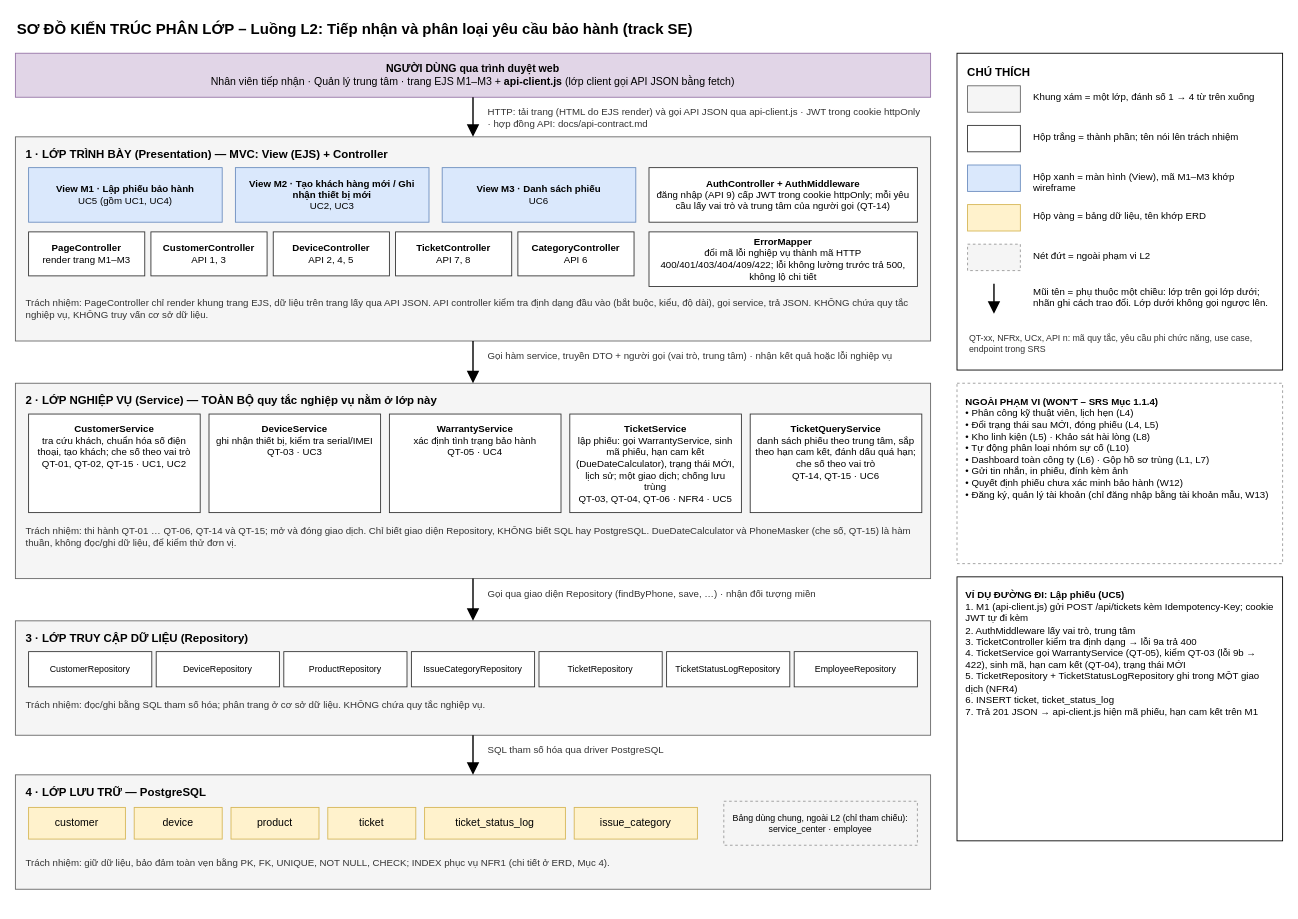
This is docs/architecture.drawio from vietphubdp/cdtn1-vophamvietphu-2, a draw.io file, before an edit. Source tidied: cells renumbered, new cells numbered last; positions are measured from the earlier drawing's top-left corner, leaving out a move shared by most shapes. Both pictures are drawn from the tidied source at 88%, with x=0, y=0 at pixel (15, 15).
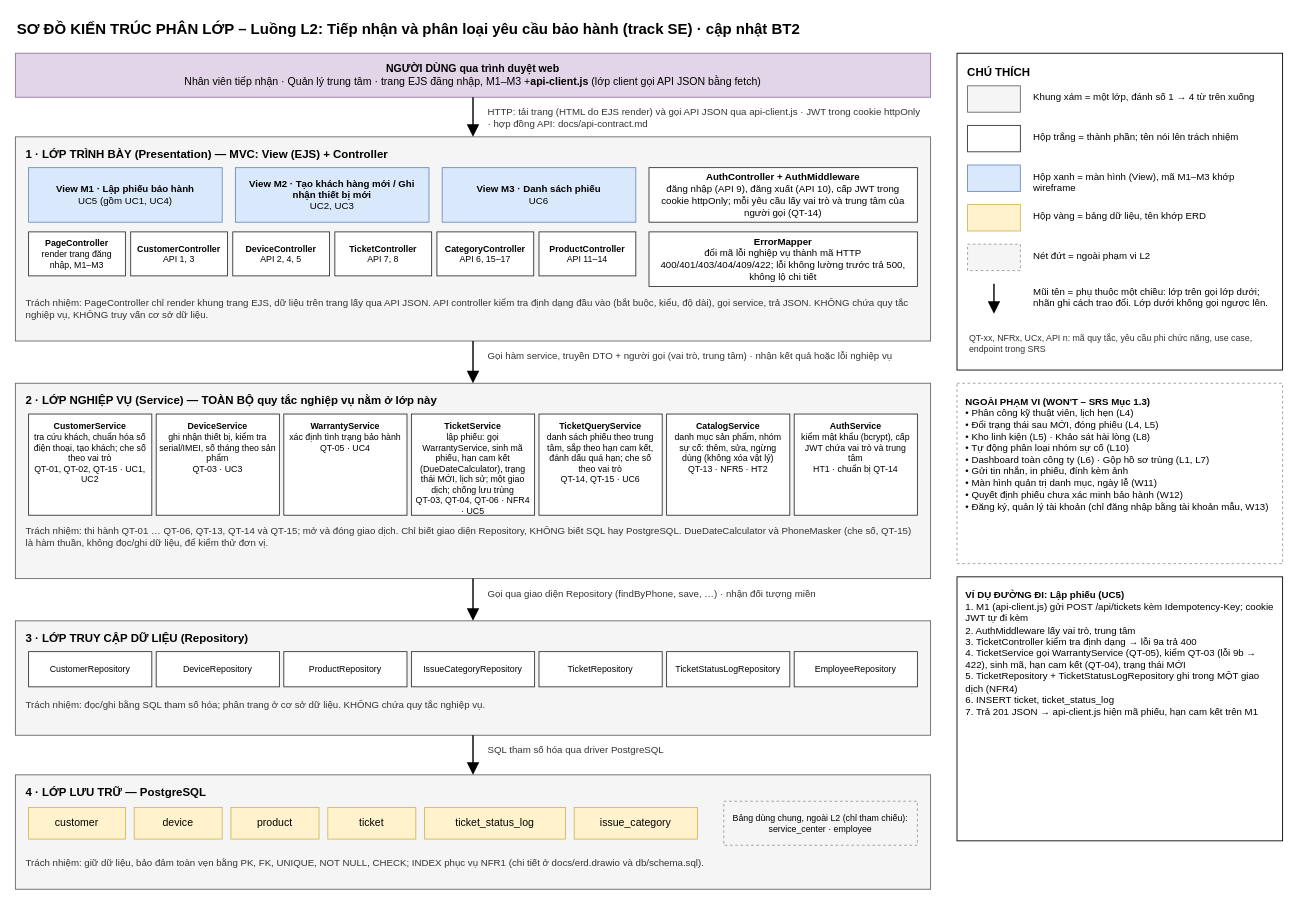
After the change.

Commit message (it also covers changes not shown here):
docs(design): cập nhật kiến trúc, wireframe

Diff of the diagram source:
```diff
@@
-    <mxCell id="2" value="&lt;b&gt;SƠ ĐỒ KIẾN TRÚC PHÂN LỚP – Luồng L2: Tiếp nhận và phân loại yêu cầu bảo hành (track SE)&lt;/b&gt;" style="text;whiteSpace=wrap;html=1;fontSize=17;fontFamily=Helvetica;fontColor=#000000;align=left;verticalAlign=top;spacing=2;strokeWidth=1;fillColor=none;strokeColor=none;" parent="1" vertex="1">
+    <mxCell id="2" value="&lt;b&gt;SƠ ĐỒ KIẾN TRÚC PHÂN LỚP – Luồng L2: Tiếp nhận và phân loại yêu cầu bảo hành (track SE) · cập nhật BT2&lt;/b&gt;" style="text;whiteSpace=wrap;html=1;fontSize=17;fontFamily=Helvetica;fontColor=#000000;align=left;verticalAlign=top;spacing=2;strokeWidth=1;fillColor=none;strokeColor=none;" parent="1" vertex="1">
       <mxGeometry width="1440" height="30" as="geometry" />
     </mxCell>
-    <mxCell id="3" value="&lt;b&gt;NGƯỜI DÙNG qua trình duyệt web&lt;/b&gt;&lt;br&gt;Nhân viên tiếp nhận · Quản lý trung tâm · trang EJS M1–M3 + &lt;b&gt;api-client.js&lt;/b&gt; (lớp client gọi API JSON bằng fetch)" style="whiteSpace=wrap;html=1;fontSize=12;fontFamily=Helvetica;fontColor=#000000;align=center;verticalAlign=middle;spacing=6;strokeWidth=1;fillColor=#e1d5e7;strokeColor=#9673a6;" parent="1" vertex="1">
+    <mxCell id="3" value="&lt;b&gt;NGƯỜI DÙNG qua trình duyệt web&lt;/b&gt;&lt;br&gt;Nhân viên tiếp nhận · Quản lý trung tâm · trang EJS đăng nhập, M1–M3 +&lt;b&gt;api-client.js&lt;/b&gt; (lớp client gọi API JSON bằng fetch)" style="whiteSpace=wrap;html=1;fontSize=12;fontFamily=Helvetica;fontColor=#000000;align=center;verticalAlign=middle;spacing=6;strokeWidth=1;fillColor=#e1d5e7;strokeColor=#9673a6;" parent="1" vertex="1">
       <mxGeometry y="43" width="1040" height="50" as="geometry" />
     </mxCell>
@@
-    <mxCell id="10" value="&lt;b&gt;PageController&lt;/b&gt;&lt;br&gt;render trang M1–M3" style="whiteSpace=wrap;html=1;fontSize=11;fontFamily=Helvetica;fontColor=#000000;align=center;verticalAlign=middle;spacing=6;strokeWidth=1;fillColor=#ffffff;strokeColor=#333333;" parent="1" vertex="1">
-      <mxGeometry x="15" y="246" width="132" height="50" as="geometry" />
+    <mxCell id="10" value="&lt;b&gt;PageController&lt;/b&gt;&lt;br&gt;render trang đăng nhập, M1–M3" style="whiteSpace=wrap;html=1;fontSize=10;fontFamily=Helvetica;fontColor=#000000;align=center;verticalAlign=middle;spacing=4;strokeWidth=1;fillColor=#ffffff;strokeColor=#333333;" parent="1" vertex="1">
+      <mxGeometry x="15" y="246" width="110" height="50" as="geometry" />
     </mxCell>
-    <mxCell id="11" value="&lt;b&gt;CustomerController&lt;/b&gt;&lt;br&gt;API 1, 3" style="whiteSpace=wrap;html=1;fontSize=11;fontFamily=Helvetica;fontColor=#000000;align=center;verticalAlign=middle;spacing=6;strokeWidth=1;fillColor=#ffffff;strokeColor=#333333;" parent="1" vertex="1">
-      <mxGeometry x="154" y="246" width="132" height="50" as="geometry" />
+    <mxCell id="11" value="&lt;b&gt;CustomerController&lt;/b&gt;&lt;br&gt;API 1, 3" style="whiteSpace=wrap;html=1;fontSize=10;fontFamily=Helvetica;fontColor=#000000;align=center;verticalAlign=middle;spacing=4;strokeWidth=1;fillColor=#ffffff;strokeColor=#333333;" parent="1" vertex="1">
+      <mxGeometry x="131" y="246" width="110" height="50" as="geometry" />
     </mxCell>
-    <mxCell id="12" value="&lt;b&gt;DeviceController&lt;/b&gt;&lt;br&gt;API 2, 4, 5" style="whiteSpace=wrap;html=1;fontSize=11;fontFamily=Helvetica;fontColor=#000000;align=center;verticalAlign=middle;spacing=6;strokeWidth=1;fillColor=#ffffff;strokeColor=#333333;" parent="1" vertex="1">
-      <mxGeometry x="293" y="246" width="132" height="50" as="geometry" />
+    <mxCell id="12" value="&lt;b&gt;DeviceController&lt;/b&gt;&lt;br&gt;API 2, 4, 5" style="whiteSpace=wrap;html=1;fontSize=10;fontFamily=Helvetica;fontColor=#000000;align=center;verticalAlign=middle;spacing=4;strokeWidth=1;fillColor=#ffffff;strokeColor=#333333;" parent="1" vertex="1">
+      <mxGeometry x="247" y="246" width="110" height="50" as="geometry" />
     </mxCell>
-    <mxCell id="13" value="&lt;b&gt;TicketController&lt;/b&gt;&lt;br&gt;API 7, 8" style="whiteSpace=wrap;html=1;fontSize=11;fontFamily=Helvetica;fontColor=#000000;align=center;verticalAlign=middle;spacing=6;strokeWidth=1;fillColor=#ffffff;strokeColor=#333333;" parent="1" vertex="1">
-      <mxGeometry x="432" y="246" width="132" height="50" as="geometry" />
+    <mxCell id="13" value="&lt;b&gt;TicketController&lt;/b&gt;&lt;br&gt;API 7, 8" style="whiteSpace=wrap;html=1;fontSize=10;fontFamily=Helvetica;fontColor=#000000;align=center;verticalAlign=middle;spacing=4;strokeWidth=1;fillColor=#ffffff;strokeColor=#333333;" parent="1" vertex="1">
+      <mxGeometry x="363" y="246" width="110" height="50" as="geometry" />
     </mxCell>
-    <mxCell id="14" value="&lt;b&gt;CategoryController&lt;/b&gt;&lt;br&gt;API 6" style="whiteSpace=wrap;html=1;fontSize=11;fontFamily=Helvetica;fontColor=#000000;align=center;verticalAlign=middle;spacing=6;strokeWidth=1;fillColor=#ffffff;strokeColor=#333333;" parent="1" vertex="1">
-      <mxGeometry x="571" y="246" width="132" height="50" as="geometry" />
+    <mxCell id="14" value="&lt;b&gt;CategoryController&lt;/b&gt;&lt;br&gt;API 6, 15–17" style="whiteSpace=wrap;html=1;fontSize=10;fontFamily=Helvetica;fontColor=#000000;align=center;verticalAlign=middle;spacing=4;strokeWidth=1;fillColor=#ffffff;strokeColor=#333333;" parent="1" vertex="1">
+      <mxGeometry x="479" y="246" width="110" height="50" as="geometry" />
     </mxCell>
+    <mxCell id="70" value="&lt;b&gt;ProductController&lt;/b&gt;&lt;br&gt;API 11–14" style="whiteSpace=wrap;html=1;fontSize=10;fontFamily=Helvetica;fontColor=#000000;align=center;verticalAlign=middle;spacing=4;strokeWidth=1;fillColor=#ffffff;strokeColor=#333333;" parent="1" vertex="1">
+      <mxGeometry x="595" y="246" width="110" height="50" as="geometry" />
+    </mxCell>
-    <mxCell id="15" value="&lt;b&gt;AuthController + AuthMiddleware&lt;/b&gt;&lt;br&gt;đăng nhập (API 9) cấp JWT trong cookie httpOnly; mỗi yêu cầu lấy vai trò và trung tâm của người gọi (QT-14)" style="whiteSpace=wrap;html=1;fontSize=11;fontFamily=Helvetica;fontColor=#000000;align=center;verticalAlign=middle;spacing=6;strokeWidth=1;fillColor=#ffffff;strokeColor=#333333;" parent="1" vertex="1">
+    <mxCell id="15" value="&lt;b&gt;AuthController + AuthMiddleware&lt;/b&gt;&lt;br&gt;đăng nhập (API 9), đăng xuất (API 10), cấp JWT trong cookie httpOnly; mỗi yêu cầu lấy vai trò và trung tâm của người gọi (QT-14)" style="whiteSpace=wrap;html=1;fontSize=11;fontFamily=Helvetica;fontColor=#000000;align=center;verticalAlign=middle;spacing=6;strokeWidth=1;fillColor=#ffffff;strokeColor=#333333;" parent="1" vertex="1">
       <mxGeometry x="720" y="173" width="305" height="62" as="geometry" />
     </mxCell>
@@
-    <mxCell id="21" value="&lt;b&gt;CustomerService&lt;/b&gt;&lt;br&gt;tra cứu khách, chuẩn hóa số điện thoại, tạo khách; che số theo vai trò&lt;br&gt;QT-01, QT-02, QT-15 · UC1, UC2" style="whiteSpace=wrap;html=1;fontSize=11;fontFamily=Helvetica;fontColor=#000000;align=center;verticalAlign=top;spacing=6;strokeWidth=1;fillColor=#ffffff;strokeColor=#333333;" parent="1" vertex="1">
-      <mxGeometry x="15" y="453" width="195" height="112" as="geometry" />
+    <mxCell id="21" value="&lt;b&gt;CustomerService&lt;/b&gt;&lt;br&gt;tra cứu khách, chuẩn hóa số điện thoại, tạo khách; che số theo vai trò&lt;br&gt;QT-01, QT-02, QT-15 · UC1, UC2" style="whiteSpace=wrap;html=1;fontSize=10;fontFamily=Helvetica;fontColor=#000000;align=center;verticalAlign=top;spacing=4;strokeWidth=1;fillColor=#ffffff;strokeColor=#333333;" parent="1" vertex="1">
+      <mxGeometry x="15" y="453" width="140" height="115" as="geometry" />
     </mxCell>
-    <mxCell id="22" value="&lt;b&gt;DeviceService&lt;/b&gt;&lt;br&gt;ghi nhận thiết bị, kiểm tra serial/IMEI&lt;br&gt;QT-03 · UC3" style="whiteSpace=wrap;html=1;fontSize=11;fontFamily=Helvetica;fontColor=#000000;align=center;verticalAlign=top;spacing=6;strokeWidth=1;fillColor=#ffffff;strokeColor=#333333;" parent="1" vertex="1">
-      <mxGeometry x="220" y="453" width="195" height="112" as="geometry" />
+    <mxCell id="22" value="&lt;b&gt;DeviceService&lt;/b&gt;&lt;br&gt;ghi nhận thiết bị, kiểm tra serial/IMEI, số tháng theo sản phẩm&lt;br&gt;QT-03 · UC3" style="whiteSpace=wrap;html=1;fontSize=10;fontFamily=Helvetica;fontColor=#000000;align=center;verticalAlign=top;spacing=4;strokeWidth=1;fillColor=#ffffff;strokeColor=#333333;" parent="1" vertex="1">
+      <mxGeometry x="160" y="453" width="140" height="115" as="geometry" />
     </mxCell>
-    <mxCell id="23" value="&lt;b&gt;WarrantyService&lt;/b&gt;&lt;br&gt;xác định tình trạng bảo hành&lt;br&gt;QT-05 · UC4" style="whiteSpace=wrap;html=1;fontSize=11;fontFamily=Helvetica;fontColor=#000000;align=center;verticalAlign=top;spacing=6;strokeWidth=1;fillColor=#ffffff;strokeColor=#333333;" parent="1" vertex="1">
-      <mxGeometry x="425" y="453" width="195" height="112" as="geometry" />
+    <mxCell id="23" value="&lt;b&gt;WarrantyService&lt;/b&gt;&lt;br&gt;xác định tình trạng bảo hành&lt;br&gt;QT-05 · UC4" style="whiteSpace=wrap;html=1;fontSize=10;fontFamily=Helvetica;fontColor=#000000;align=center;verticalAlign=top;spacing=4;strokeWidth=1;fillColor=#ffffff;strokeColor=#333333;" parent="1" vertex="1">
+      <mxGeometry x="305" y="453" width="140" height="115" as="geometry" />
     </mxCell>
-    <mxCell id="24" value="&lt;b&gt;TicketService&lt;/b&gt;&lt;br&gt;lập phiếu: gọi WarrantyService, sinh mã phiếu, hạn cam kết (DueDateCalculator), trạng thái MỚI, lịch sử; một giao dịch; chống lưu trùng&lt;br&gt;QT-03, QT-04, QT-06 · NFR4 · UC5" style="whiteSpace=wrap;html=1;fontSize=11;fontFamily=Helvetica;fontColor=#000000;align=center;verticalAlign=top;spacing=6;strokeWidth=1;fillColor=#ffffff;strokeColor=#333333;" parent="1" vertex="1">
-      <mxGeometry x="630" y="453" width="195" height="112" as="geometry" />
+    <mxCell id="24" value="&lt;b&gt;TicketService&lt;/b&gt;&lt;br&gt;lập phiếu: gọi WarrantyService, sinh mã phiếu, hạn cam kết (DueDateCalculator), trạng thái MỚI, lịch sử; một giao dịch; chống lưu trùng&lt;br&gt;QT-03, QT-04, QT-06 · NFR4 · UC5" style="whiteSpace=wrap;html=1;fontSize=10;fontFamily=Helvetica;fontColor=#000000;align=center;verticalAlign=top;spacing=4;strokeWidth=1;fillColor=#ffffff;strokeColor=#333333;" parent="1" vertex="1">
+      <mxGeometry x="450" y="453" width="140" height="115" as="geometry" />
     </mxCell>
-    <mxCell id="25" value="&lt;b&gt;TicketQueryService&lt;/b&gt;&lt;br&gt;danh sách phiếu theo trung tâm, sắp theo hạn cam kết, đánh dấu quá hạn; che số theo vai trò&lt;br&gt;QT-14, QT-15 · UC6" style="whiteSpace=wrap;html=1;fontSize=11;fontFamily=Helvetica;fontColor=#000000;align=center;verticalAlign=top;spacing=6;strokeWidth=1;fillColor=#ffffff;strokeColor=#333333;" parent="1" vertex="1">
-      <mxGeometry x="835" y="453" width="195" height="112" as="geometry" />
+    <mxCell id="25" value="&lt;b&gt;TicketQueryService&lt;/b&gt;&lt;br&gt;danh sách phiếu theo trung tâm, sắp theo hạn cam kết, đánh dấu quá hạn; che số theo vai trò&lt;br&gt;QT-14, QT-15 · UC6" style="whiteSpace=wrap;html=1;fontSize=10;fontFamily=Helvetica;fontColor=#000000;align=center;verticalAlign=top;spacing=4;strokeWidth=1;fillColor=#ffffff;strokeColor=#333333;" parent="1" vertex="1">
+      <mxGeometry x="595" y="453" width="140" height="115" as="geometry" />
     </mxCell>
+    <mxCell id="71" value="&lt;b&gt;CatalogService&lt;/b&gt;&lt;br&gt;danh mục sản phẩm, nhóm sự cố: thêm, sửa, ngừng dùng (không xóa vật lý)&lt;br&gt;QT-13 · NFR5 · HT2" style="whiteSpace=wrap;html=1;fontSize=10;fontFamily=Helvetica;fontColor=#000000;align=center;verticalAlign=top;spacing=4;strokeWidth=1;fillColor=#ffffff;strokeColor=#333333;" parent="1" vertex="1">
+      <mxGeometry x="740" y="453" width="140" height="115" as="geometry" />
+    </mxCell>
+    <mxCell id="72" value="&lt;b&gt;AuthService&lt;/b&gt;&lt;br&gt;kiểm mật khẩu (bcrypt), cấp JWT chứa vai trò và trung tâm&lt;br&gt;HT1 · chuẩn bị QT-14" style="whiteSpace=wrap;html=1;fontSize=10;fontFamily=Helvetica;fontColor=#000000;align=center;verticalAlign=top;spacing=4;strokeWidth=1;fillColor=#ffffff;strokeColor=#333333;" parent="1" vertex="1">
+      <mxGeometry x="885" y="453" width="140" height="115" as="geometry" />
+    </mxCell>
-    <mxCell id="26" value="Trách nhiệm: thi hành QT-01 … QT-06, QT-14 và QT-15; mở và đóng giao dịch. Chỉ biết giao diện Repository, KHÔNG biết SQL hay PostgreSQL. DueDateCalculator và PhoneMasker (che số, QT-15) là hàm thuần, không đọc/ghi dữ liệu, để kiểm thử đơn vị." style="text;whiteSpace=wrap;html=1;fontSize=11;fontFamily=Helvetica;fontColor=#333333;align=left;verticalAlign=top;spacing=2;strokeWidth=1;fillColor=none;strokeColor=none;" parent="1" vertex="1">
+    <mxCell id="26" value="Trách nhiệm: thi hành QT-01 … QT-06, QT-13, QT-14 và QT-15; mở và đóng giao dịch. Chỉ biết giao diện Repository, KHÔNG biết SQL hay PostgreSQL. DueDateCalculator và PhoneMasker (che số, QT-15) là hàm thuần, không đọc/ghi dữ liệu, để kiểm thử đơn vị." style="text;whiteSpace=wrap;html=1;fontSize=11;fontFamily=Helvetica;fontColor=#333333;align=left;verticalAlign=top;spacing=2;strokeWidth=1;fillColor=none;strokeColor=none;" parent="1" vertex="1">
       <mxGeometry x="10" y="573" width="1020" height="60" as="geometry" />
     </mxCell>
@@
-    <mxCell id="48" value="Trách nhiệm: giữ dữ liệu, bảo đảm toàn vẹn bằng PK, FK, UNIQUE, NOT NULL, CHECK; INDEX phục vụ NFR1 (chi tiết ở ERD, Mục 4)." style="text;whiteSpace=wrap;html=1;fontSize=11;fontFamily=Helvetica;fontColor=#333333;align=left;verticalAlign=top;spacing=2;strokeWidth=1;fillColor=none;strokeColor=none;" parent="1" vertex="1">
+    <mxCell id="48" value="Trách nhiệm: giữ dữ liệu, bảo đảm toàn vẹn bằng PK, FK, UNIQUE, NOT NULL, CHECK; INDEX phục vụ NFR1 (chi tiết ở docs/erd.drawio và db/schema.sql)." style="text;whiteSpace=wrap;html=1;fontSize=11;fontFamily=Helvetica;fontColor=#333333;align=left;verticalAlign=top;spacing=2;strokeWidth=1;fillColor=none;strokeColor=none;" parent="1" vertex="1">
       <mxGeometry x="10" y="950" width="1020" height="60" as="geometry" />
     </mxCell>
@@
-    <mxCell id="63" value="&lt;b&gt;NGOÀI PHẠM VI (WON'T – SRS Mục 1.1.4)&lt;/b&gt;&lt;br&gt;• Phân công kỹ thuật viên, lịch hẹn (L4)&lt;br&gt;• Đổi trạng thái sau MỚI, đóng phiếu (L4, L5)&lt;br&gt;• Kho linh kiện (L5) · Khảo sát hài lòng (L8)&lt;br&gt;• Tự động phân loại nhóm sự cố (L10)&lt;br&gt;• Dashboard toàn công ty (L6) · Gộp hồ sơ trùng (L1, L7)&lt;br&gt;• Gửi tin nhắn, in phiếu, đính kèm ảnh&lt;br&gt;• Quyết định phiếu chưa xác minh bảo hành (W12)&lt;br&gt;• Đăng ký, quản lý tài khoản (chỉ đăng nhập bằng tài khoản mẫu, W13)" style="whiteSpace=wrap;html=1;fontSize=11;fontFamily=Helvetica;fontColor=#000000;align=left;verticalAlign=top;spacing=10;strokeWidth=1;fillColor=#ffffff;strokeColor=#999999;dashed=1;" parent="1" vertex="1">
+    <mxCell id="63" value="&lt;b&gt;NGOÀI PHẠM VI (WON'T – SRS Mục 1.3)&lt;/b&gt;&lt;br&gt;• Phân công kỹ thuật viên, lịch hẹn (L4)&lt;br&gt;• Đổi trạng thái sau MỚI, đóng phiếu (L4, L5)&lt;br&gt;• Kho linh kiện (L5) · Khảo sát hài lòng (L8)&lt;br&gt;• Tự động phân loại nhóm sự cố (L10)&lt;br&gt;• Dashboard toàn công ty (L6) · Gộp hồ sơ trùng (L1, L7)&lt;br&gt;• Gửi tin nhắn, in phiếu, đính kèm ảnh&lt;br&gt;• Màn hình quản trị danh mục, ngày lễ (W11)&lt;br&gt;• Quyết định phiếu chưa xác minh bảo hành (W12)&lt;br&gt;• Đăng ký, quản lý tài khoản (chỉ đăng nhập bằng tài khoản mẫu, W13)" style="whiteSpace=wrap;html=1;fontSize=11;fontFamily=Helvetica;fontColor=#000000;align=left;verticalAlign=top;spacing=10;strokeWidth=1;fillColor=#ffffff;strokeColor=#999999;dashed=1;" parent="1" vertex="1">
       <mxGeometry x="1070" y="418" width="370" height="205" as="geometry" />
     </mxCell>
```
